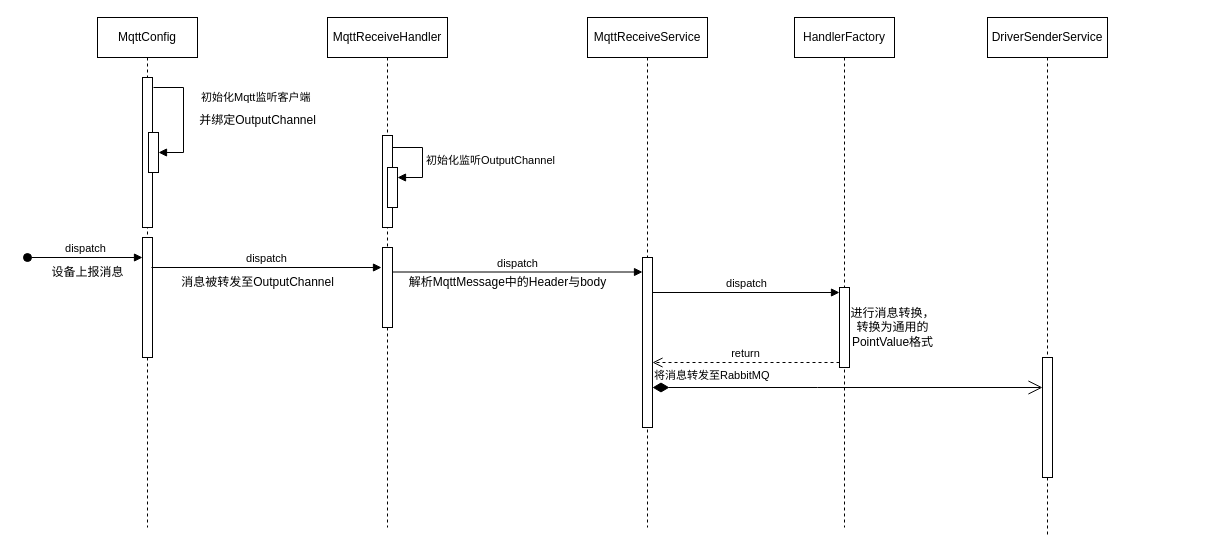
Above: driver模块数据流转图.drawio in Rain-ziyu/img (draw.io), before the change. Source tidied: cells renumbered, new cells numbered last; positions are measured from the earlier drawing's top-left corner, leaving out a move shared by most shapes. Both pictures are drawn from the tidied source at 100%, with x=0, y=0 at pixel (27, 17).
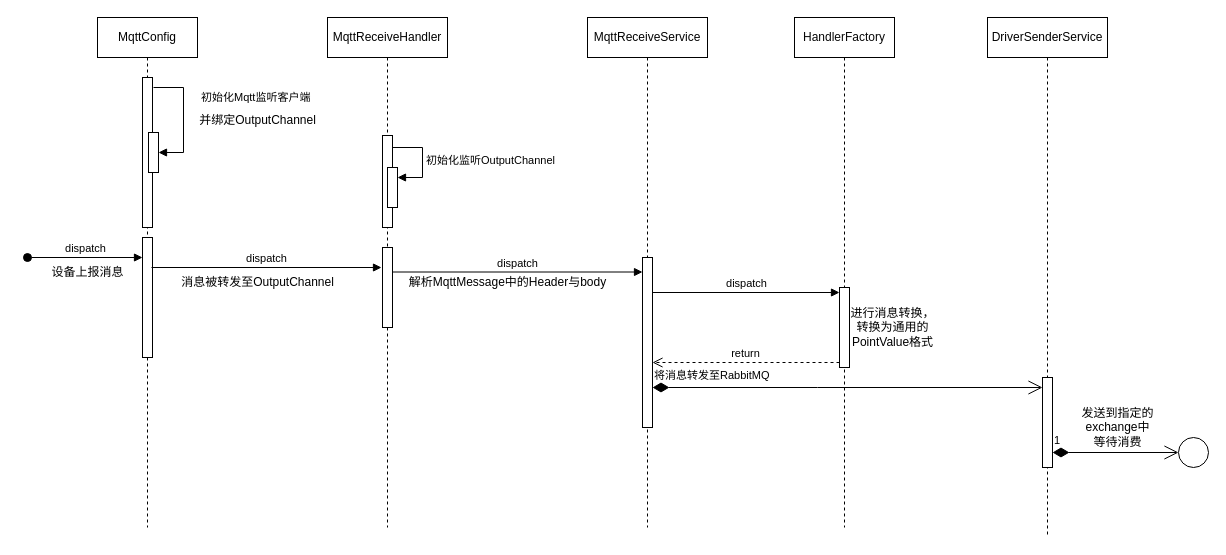
The same page after the edit.

Commit message:
更新driver模块数据流转图.drawio

The change refers to these unchanged cells:
```xml
<mxCell id="26" value="&lt;div style=&quot;background-color:#ffffff;color:#080808&quot;&gt;&lt;pre style=&quot;&quot;&gt;&lt;span style=&quot;color: rgb(0, 0, 0);&quot;&gt;&lt;font style=&quot;font-size: 12px;&quot; face=&quot;Helvetica&quot;&gt;DriverSenderService&lt;/font&gt;&lt;/span&gt;&lt;/pre&gt;&lt;/div&gt;" style="shape=umlLifeline;perimeter=lifelinePerimeter;whiteSpace=wrap;html=1;newEdgeStyle={&quot;curved&quot;:0,&quot;rounded&quot;:0};" parent="1" vertex="1">
  <mxGeometry x="960" width="120" height="520" as="geometry" />
</mxCell>
```

What changed in the source:
```diff
@@
     <mxCell id="27" style="html=1;points=[[0,0,0,0,5],[0,1,0,0,-5],[1,0,0,0,5],[1,1,0,0,-5]];perimeter=orthogonalPerimeter;outlineConnect=0;targetShapes=umlLifeline;portConstraint=eastwest;newEdgeStyle={&quot;curved&quot;:0,&quot;rounded&quot;:0};" parent="26" vertex="1">
-      <mxGeometry x="55" y="340" width="10" height="120" as="geometry" />
+      <mxGeometry x="55" y="360" width="10" height="90" as="geometry" />
     </mxCell>
@@
+    <mxCell id="29" value="1" style="endArrow=open;html=1;endSize=12;startArrow=diamondThin;startSize=14;startFill=1;align=left;verticalAlign=bottom;rounded=0;entryX=0;entryY=0.5;entryDx=0;entryDy=0;" parent="1" edge="1" source="27" target="30">
+      <mxGeometry x="-1" y="3" relative="1" as="geometry" />
+    </mxCell>
+    <mxCell id="30" style="ellipse;whiteSpace=wrap;html=1;" parent="1" vertex="1">
+      <mxGeometry x="1151" y="420" width="30" height="30" as="geometry" />
+    </mxCell>
+    <mxCell id="31" value="发送到指定&lt;span style=&quot;background-color: initial;&quot;&gt;的&lt;/span&gt;&lt;div&gt;&lt;span style=&quot;background-color: initial;&quot;&gt;exchange中&lt;/span&gt;&lt;/div&gt;&lt;div&gt;&lt;span style=&quot;background-color: initial;&quot;&gt;等待消费&lt;/span&gt;&lt;/div&gt;" style="text;html=1;align=center;verticalAlign=middle;strokeColor=none;fillColor=none;" parent="1" vertex="1">
+      <mxGeometry x="1040" y="380" width="100" height="60" as="geometry" />
+    </mxCell>
```
